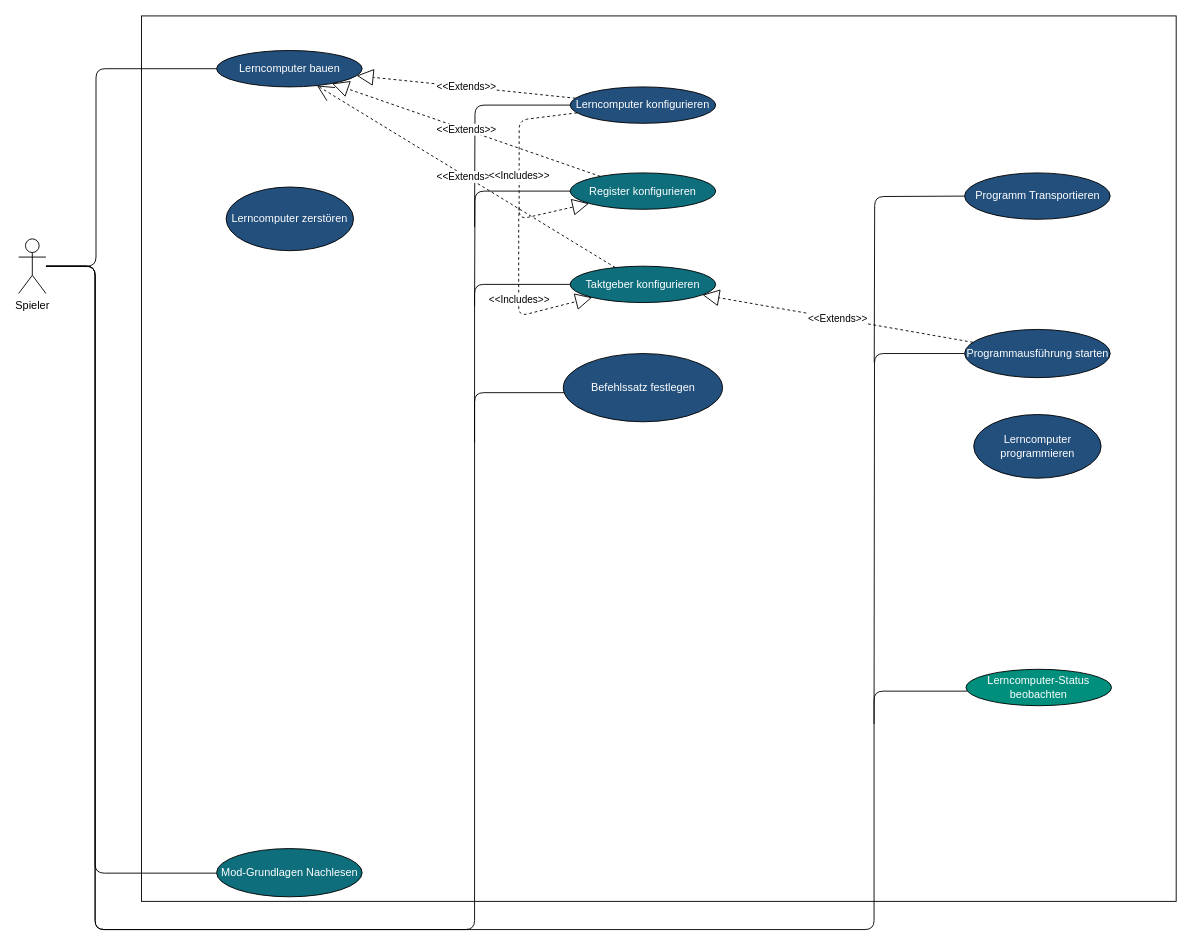
This is World.drawio from LundiNord/RISCJ-Diagramms, a draw.io file, before an edit. Source tidied: cells renumbered, new cells numbered last; positions are measured from the earlier drawing's top-left corner, leaving out a move shared by most shapes. Both pictures are drawn from the tidied source at 91%, with x=0, y=0 at pixel (18, 15).
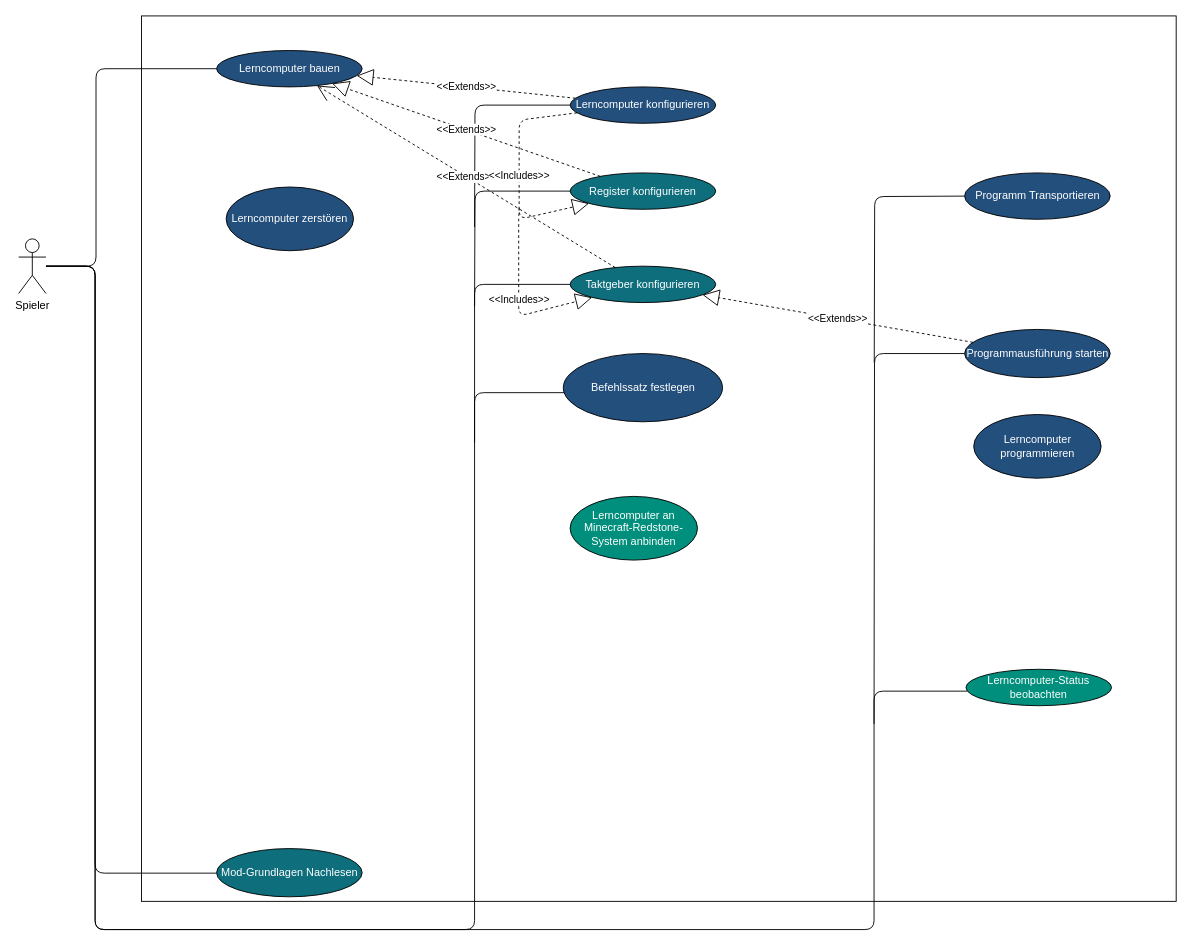
The same diagram, later.

Commit message:
World.drawio aktualisiert - Redstone Interface Merge

What changed in the source:
```diff
@@
+    <mxCell id="30" value="Lerncomputer an Minecraft-Redstone-System anbinden" style="ellipse;whiteSpace=wrap;html=1;fillColor=#008F7C;fontColor=#FFFFFF;" parent="1" vertex="1">
+      <mxGeometry x="606" y="528" width="140" height="70" as="geometry" />
+    </mxCell>
```
